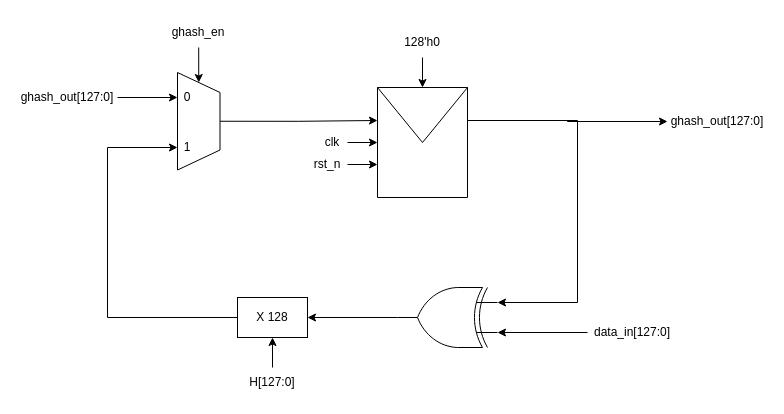
LQLManZz/AES128-Verilog keeps this draw.io diagram as Quang Long/_drawio/GHASH low level.drawio. Above is the earlier version. Source tidied: cells renumbered, new cells numbered last; positions are measured from the earlier drawing's top-left corner, leaving out a move shared by most shapes. Both pictures are drawn from the tidied source at 100%, with x=0, y=0 at pixel (17, 17).
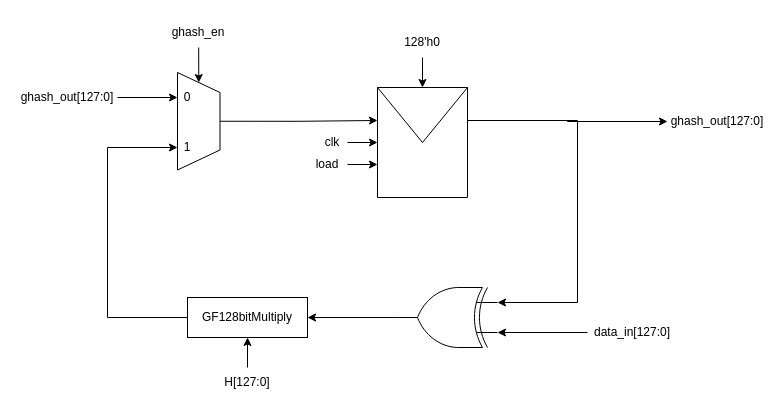
The same diagram, later.

What changed in the source:
```diff
@@
-    <mxCell id="7" value="rst_n" style="text;html=1;whiteSpace=wrap;strokeColor=none;fillColor=none;align=center;verticalAlign=middle;rounded=0;" parent="1" vertex="1">
+    <mxCell id="7" value="load" style="text;html=1;whiteSpace=wrap;strokeColor=none;fillColor=none;align=center;verticalAlign=middle;rounded=0;" parent="1" vertex="1">
       <mxGeometry x="290" y="132" width="40" height="30" as="geometry" />
     </mxCell>
@@
-    <mxCell id="17" value="X 128" style="whiteSpace=wrap;html=1;" parent="1" vertex="1">
-      <mxGeometry x="220" y="280" width="70" height="40" as="geometry" />
+    <mxCell id="17" value="GF128bitMultiply" style="whiteSpace=wrap;html=1;" parent="1" vertex="1">
+      <mxGeometry x="170" y="280" width="120" height="40" as="geometry" />
     </mxCell>
@@
     <mxCell id="19" value="H[127:0]" style="text;html=1;whiteSpace=wrap;strokeColor=none;fillColor=none;align=center;verticalAlign=middle;rounded=0;" parent="1" vertex="1">
-      <mxGeometry x="225" y="350" width="60" height="30" as="geometry" />
+      <mxGeometry x="200" y="350" width="60" height="30" as="geometry" />
     </mxCell>
```
